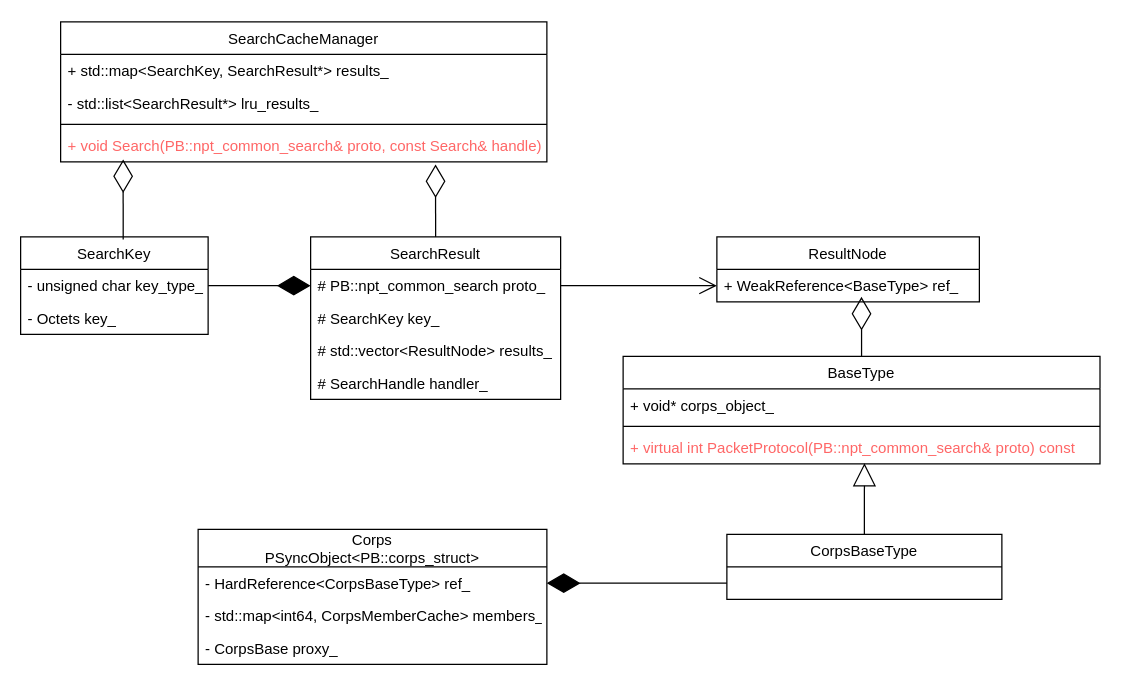
Before: page "第 3 页" (3 of 4) of Untitled Diagram.drawio in hsoul/lqua, a draw.io diagram. Source tidied: cells renumbered, new cells numbered last; positions are measured from the earlier drawing's top-left corner, leaving out a move shared by most shapes. Both pictures are drawn from the tidied source at 125%, with x=0, y=0 at pixel (20, 21).
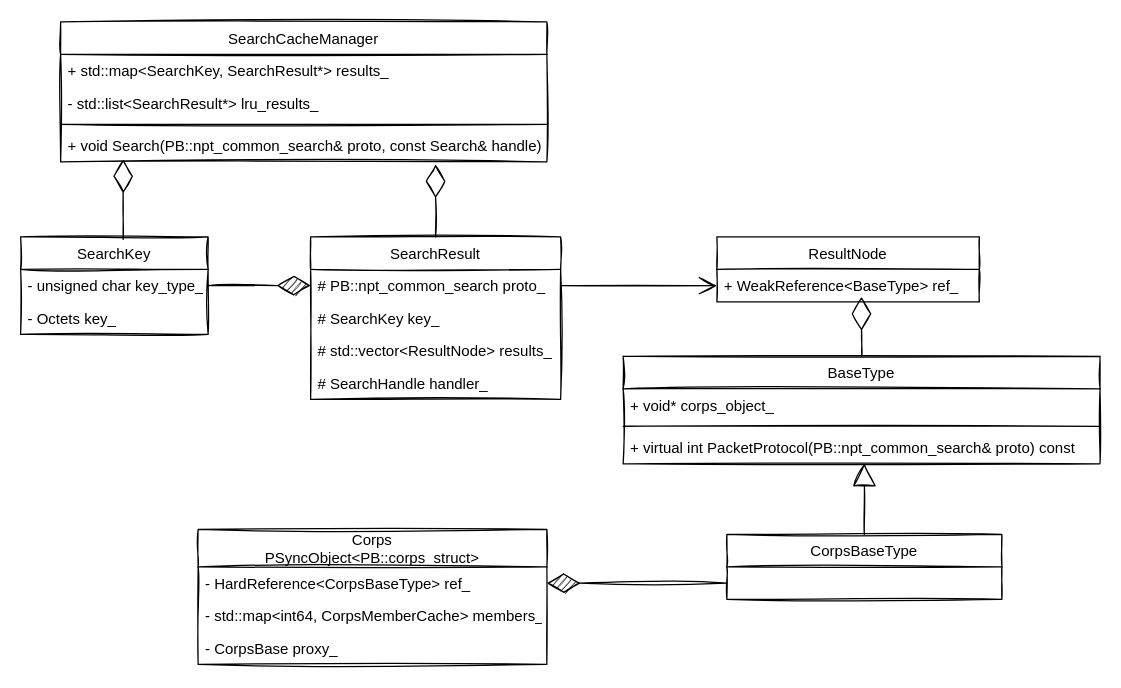
The same diagram, later.

The edit, as a diff of the source:
```diff
@@
-    <mxCell id="2" value="Corps&#10;PSyncObject&lt;PB::corps_struct&gt;" style="swimlane;fontStyle=0;horizontal=1;startSize=30;fillColor=none;shadow=0;fontFamily=Helvetica;fontSize=12;align=center;" parent="1" vertex="1">
+    <mxCell id="2" value="Corps&#10;PSyncObject&lt;PB::corps_struct&gt;" style="swimlane;fontStyle=0;horizontal=1;startSize=30;fillColor=none;shadow=0;fontFamily=Helvetica;fontSize=12;align=center;sketch=1;" parent="1" vertex="1">
       <mxGeometry x="142" y="406" width="279" height="108" as="geometry" />
     </mxCell>
-    <mxCell id="3" value="- HardReference&lt;CorpsBaseType&gt; ref_" style="text;strokeColor=none;fillColor=none;align=left;verticalAlign=top;spacingLeft=4;spacingRight=4;overflow=hidden;points=[[0,0.5],[1,0.5]];portConstraint=eastwest;fontColor=#000000;" parent="2" vertex="1">
+    <mxCell id="3" value="- HardReference&lt;CorpsBaseType&gt; ref_" style="text;strokeColor=none;fillColor=none;align=left;verticalAlign=top;spacingLeft=4;spacingRight=4;overflow=hidden;points=[[0,0.5],[1,0.5]];portConstraint=eastwest;sketch=1;" parent="2" vertex="1">
       <mxGeometry y="30" width="279" height="26" as="geometry" />
     </mxCell>
-    <mxCell id="4" value="- std::map&lt;int64, CorpsMemberCache&gt; members_" style="text;strokeColor=none;fillColor=none;align=left;verticalAlign=top;spacingLeft=4;spacingRight=4;overflow=hidden;fontColor=#000000;" parent="2" vertex="1">
+    <mxCell id="4" value="- std::map&lt;int64, CorpsMemberCache&gt; members_" style="text;strokeColor=none;fillColor=none;align=left;verticalAlign=top;spacingLeft=4;spacingRight=4;overflow=hidden;sketch=1;" parent="2" vertex="1">
       <mxGeometry y="56" width="279" height="26" as="geometry" />
     </mxCell>
-    <mxCell id="5" value="- CorpsBase proxy_" style="text;strokeColor=none;fillColor=none;align=left;verticalAlign=top;spacingLeft=4;spacingRight=4;overflow=hidden;fontColor=#000000;" parent="2" vertex="1">
+    <mxCell id="5" value="- CorpsBase proxy_" style="text;strokeColor=none;fillColor=none;align=left;verticalAlign=top;spacingLeft=4;spacingRight=4;overflow=hidden;sketch=1;" parent="2" vertex="1">
       <mxGeometry y="82" width="279" height="26" as="geometry" />
     </mxCell>
-    <mxCell id="6" value="SearchKey" style="swimlane;fontStyle=0;horizontal=1;startSize=26;fillColor=none;shadow=0;fontFamily=Helvetica;fontSize=12;align=center;" parent="1" vertex="1">
+    <mxCell id="6" value="SearchKey" style="swimlane;fontStyle=0;horizontal=1;startSize=26;fillColor=none;shadow=0;fontFamily=Helvetica;fontSize=12;align=center;sketch=1;" parent="1" vertex="1">
       <mxGeometry y="172" width="150" height="78" as="geometry" />
     </mxCell>
-    <mxCell id="7" value="- unsigned char key_type_" style="text;strokeColor=none;fillColor=none;align=left;verticalAlign=top;spacingLeft=4;spacingRight=4;overflow=hidden;points=[[0,0.5],[1,0.5]];portConstraint=eastwest;fontColor=#000000;" parent="6" vertex="1">
+    <mxCell id="7" value="- unsigned char key_type_" style="text;strokeColor=none;fillColor=none;align=left;verticalAlign=top;spacingLeft=4;spacingRight=4;overflow=hidden;points=[[0,0.5],[1,0.5]];portConstraint=eastwest;sketch=1;" parent="6" vertex="1">
       <mxGeometry y="26" width="150" height="26" as="geometry" />
     </mxCell>
-    <mxCell id="8" value="- Octets key_" style="text;strokeColor=none;fillColor=none;align=left;verticalAlign=top;spacingLeft=4;spacingRight=4;overflow=hidden;fontColor=#000000;" parent="6" vertex="1">
+    <mxCell id="8" value="- Octets key_" style="text;strokeColor=none;fillColor=none;align=left;verticalAlign=top;spacingLeft=4;spacingRight=4;overflow=hidden;sketch=1;" parent="6" vertex="1">
       <mxGeometry y="52" width="150" height="26" as="geometry" />
     </mxCell>
-    <mxCell id="9" value="BaseType" style="swimlane;fontStyle=0;horizontal=1;startSize=26;fillColor=none;shadow=0;fontFamily=Helvetica;fontSize=12;align=center;" parent="1" vertex="1">
+    <mxCell id="9" value="BaseType" style="swimlane;fontStyle=0;horizontal=1;startSize=26;fillColor=none;shadow=0;fontFamily=Helvetica;fontSize=12;align=center;sketch=1;" parent="1" vertex="1">
       <mxGeometry x="482" y="267.5" width="381.5" height="86" as="geometry" />
     </mxCell>
-    <mxCell id="10" value="+ void* corps_object_" style="text;strokeColor=none;fillColor=none;align=left;verticalAlign=top;spacingLeft=4;spacingRight=4;overflow=hidden;fontColor=#000000;" parent="9" vertex="1">
+    <mxCell id="10" value="+ void* corps_object_" style="text;strokeColor=none;fillColor=none;align=left;verticalAlign=top;spacingLeft=4;spacingRight=4;overflow=hidden;sketch=1;" parent="9" vertex="1">
       <mxGeometry y="26" width="381.5" height="26" as="geometry" />
     </mxCell>
-    <mxCell id="11" style="line;strokeWidth=1;fillColor=none;align=left;verticalAlign=middle;spacingTop=-1;spacingLeft=3;spacingRight=3;labelPosition=right;fontColor=#000000;" parent="9" vertex="1">
+    <mxCell id="11" style="line;strokeWidth=1;fillColor=none;align=left;verticalAlign=middle;spacingTop=-1;spacingLeft=3;spacingRight=3;labelPosition=right;sketch=1;" parent="9" vertex="1">
       <mxGeometry y="52" width="381.5" height="8" as="geometry" />
     </mxCell>
-    <mxCell id="12" value="+ virtual int PacketProtocol(PB::npt_common_search&amp; proto) const" style="text;strokeColor=none;fillColor=none;align=left;verticalAlign=top;spacingLeft=4;spacingRight=4;overflow=hidden;points=[[0,0.5],[1,0.5]];portConstraint=eastwest;fontColor=#FF6666;" parent="9" vertex="1">
+    <mxCell id="12" value="+ virtual int PacketProtocol(PB::npt_common_search&amp; proto) const" style="text;strokeColor=none;fillColor=none;align=left;verticalAlign=top;spacingLeft=4;spacingRight=4;overflow=hidden;points=[[0,0.5],[1,0.5]];portConstraint=eastwest;sketch=1;" parent="9" vertex="1">
       <mxGeometry y="60" width="381.5" height="26" as="geometry" />
     </mxCell>
-    <mxCell id="13" value="CorpsBaseType" style="swimlane;fontStyle=0;horizontal=1;startSize=26;fillColor=none;shadow=0;fontFamily=Helvetica;fontSize=12;align=center;" parent="1" vertex="1">
+    <mxCell id="13" value="CorpsBaseType" style="swimlane;fontStyle=0;horizontal=1;startSize=26;fillColor=none;shadow=0;fontFamily=Helvetica;fontSize=12;align=center;sketch=1;" parent="1" vertex="1">
       <mxGeometry x="565" y="410" width="220" height="52" as="geometry" />
     </mxCell>
-    <mxCell id="14" value="ResultNode" style="swimlane;fontStyle=0;horizontal=1;startSize=26;fillColor=none;shadow=0;fontFamily=Helvetica;fontSize=12;align=center;" parent="1" vertex="1">
+    <mxCell id="14" value="ResultNode" style="swimlane;fontStyle=0;horizontal=1;startSize=26;fillColor=none;shadow=0;fontFamily=Helvetica;fontSize=12;align=center;sketch=1;" parent="1" vertex="1">
       <mxGeometry x="557" y="172" width="210" height="52" as="geometry" />
     </mxCell>
-    <mxCell id="15" value="+ WeakReference&lt;BaseType&gt; ref_" style="text;strokeColor=none;fillColor=none;align=left;verticalAlign=top;spacingLeft=4;spacingRight=4;overflow=hidden;points=[[0,0.5],[1,0.5]];portConstraint=eastwest;fontColor=#000000;" parent="14" vertex="1">
+    <mxCell id="15" value="+ WeakReference&lt;BaseType&gt; ref_" style="text;strokeColor=none;fillColor=none;align=left;verticalAlign=top;spacingLeft=4;spacingRight=4;overflow=hidden;points=[[0,0.5],[1,0.5]];portConstraint=eastwest;sketch=1;" parent="14" vertex="1">
       <mxGeometry y="26" width="210" height="26" as="geometry" />
     </mxCell>
-    <mxCell id="16" value="SearchCacheManager" style="swimlane;fontStyle=0;horizontal=1;startSize=26;fillColor=none;shadow=0;fontFamily=Helvetica;fontSize=12;align=center;" parent="1" vertex="1">
+    <mxCell id="16" value="SearchCacheManager" style="swimlane;fontStyle=0;horizontal=1;startSize=26;fillColor=none;shadow=0;fontFamily=Helvetica;fontSize=12;align=center;sketch=1;" parent="1" vertex="1">
       <mxGeometry x="32" width="389" height="112" as="geometry" />
     </mxCell>
-    <mxCell id="17" value="+ std::map&lt;SearchKey, SearchResult*&gt; results_" style="text;strokeColor=none;fillColor=none;align=left;verticalAlign=top;spacingLeft=4;spacingRight=4;overflow=hidden;" parent="16" vertex="1">
+    <mxCell id="17" value="+ std::map&lt;SearchKey, SearchResult*&gt; results_" style="text;strokeColor=none;fillColor=none;align=left;verticalAlign=top;spacingLeft=4;spacingRight=4;overflow=hidden;sketch=1;" parent="16" vertex="1">
       <mxGeometry y="26" width="389" height="26" as="geometry" />
     </mxCell>
-    <mxCell id="18" value="- std::list&lt;SearchResult*&gt; lru_results_" style="text;strokeColor=none;fillColor=none;align=left;verticalAlign=top;spacingLeft=4;spacingRight=4;overflow=hidden;" parent="16" vertex="1">
+    <mxCell id="18" value="- std::list&lt;SearchResult*&gt; lru_results_" style="text;strokeColor=none;fillColor=none;align=left;verticalAlign=top;spacingLeft=4;spacingRight=4;overflow=hidden;sketch=1;" parent="16" vertex="1">
       <mxGeometry y="52" width="389" height="26" as="geometry" />
     </mxCell>
-    <mxCell id="19" style="line;strokeWidth=1;fillColor=none;align=left;verticalAlign=middle;spacingTop=-1;spacingLeft=3;spacingRight=3;labelPosition=right;" parent="16" vertex="1">
+    <mxCell id="19" style="line;strokeWidth=1;fillColor=none;align=left;verticalAlign=middle;spacingTop=-1;spacingLeft=3;spacingRight=3;labelPosition=right;sketch=1;" parent="16" vertex="1">
       <mxGeometry y="78" width="389" height="8" as="geometry" />
     </mxCell>
-    <mxCell id="20" value="+ void Search(PB::npt_common_search&amp; proto, const Search&amp; handle)" style="text;strokeColor=none;fillColor=none;align=left;verticalAlign=top;spacingLeft=4;spacingRight=4;overflow=hidden;points=[[0,0.5],[1,0.5]];portConstraint=eastwest;fontColor=#FF6666;" parent="16" vertex="1">
+    <mxCell id="20" value="+ void Search(PB::npt_common_search&amp; proto, const Search&amp; handle)" style="text;strokeColor=none;fillColor=none;align=left;verticalAlign=top;spacingLeft=4;spacingRight=4;overflow=hidden;points=[[0,0.5],[1,0.5]];portConstraint=eastwest;sketch=1;" parent="16" vertex="1">
       <mxGeometry y="86" width="389" height="26" as="geometry" />
     </mxCell>
-    <mxCell id="21" value="SearchResult" style="swimlane;fontStyle=0;horizontal=1;startSize=26;fillColor=none;shadow=0;fontFamily=Helvetica;fontSize=12;align=center;" parent="1" vertex="1">
+    <mxCell id="21" value="SearchResult" style="swimlane;fontStyle=0;horizontal=1;startSize=26;fillColor=none;shadow=0;fontFamily=Helvetica;fontSize=12;align=center;sketch=1;" parent="1" vertex="1">
       <mxGeometry x="232" y="172" width="200" height="130" as="geometry" />
     </mxCell>
-    <mxCell id="22" value="# PB::npt_common_search proto_" style="text;strokeColor=none;fillColor=none;align=left;verticalAlign=top;spacingLeft=4;spacingRight=4;overflow=hidden;points=[[0,0.5],[1,0.5]];portConstraint=eastwest;fontColor=#000000;" parent="21" vertex="1">
+    <mxCell id="22" value="# PB::npt_common_search proto_" style="text;strokeColor=none;fillColor=none;align=left;verticalAlign=top;spacingLeft=4;spacingRight=4;overflow=hidden;points=[[0,0.5],[1,0.5]];portConstraint=eastwest;sketch=1;" parent="21" vertex="1">
       <mxGeometry y="26" width="200" height="26" as="geometry" />
     </mxCell>
-    <mxCell id="23" value="# SearchKey key_" style="text;strokeColor=none;fillColor=none;align=left;verticalAlign=top;spacingLeft=4;spacingRight=4;overflow=hidden;fontColor=#000000;" parent="21" vertex="1">
+    <mxCell id="23" value="# SearchKey key_" style="text;strokeColor=none;fillColor=none;align=left;verticalAlign=top;spacingLeft=4;spacingRight=4;overflow=hidden;sketch=1;" parent="21" vertex="1">
       <mxGeometry y="52" width="200" height="26" as="geometry" />
     </mxCell>
-    <mxCell id="24" value="# std::vector&lt;ResultNode&gt; results_" style="text;strokeColor=none;fillColor=none;align=left;verticalAlign=top;spacingLeft=4;spacingRight=4;overflow=hidden;fontColor=#000000;" parent="21" vertex="1">
+    <mxCell id="24" value="# std::vector&lt;ResultNode&gt; results_" style="text;strokeColor=none;fillColor=none;align=left;verticalAlign=top;spacingLeft=4;spacingRight=4;overflow=hidden;sketch=1;" parent="21" vertex="1">
       <mxGeometry y="78" width="200" height="26" as="geometry" />
     </mxCell>
-    <mxCell id="25" value="# SearchHandle handler_" style="text;strokeColor=none;fillColor=none;align=left;verticalAlign=top;spacingLeft=4;spacingRight=4;overflow=hidden;fontColor=#000000;" parent="21" vertex="1">
+    <mxCell id="25" value="# SearchHandle handler_" style="text;strokeColor=none;fillColor=none;align=left;verticalAlign=top;spacingLeft=4;spacingRight=4;overflow=hidden;sketch=1;" parent="21" vertex="1">
       <mxGeometry y="104" width="200" height="26" as="geometry" />
     </mxCell>
-    <mxCell id="26" style="endArrow=block;endSize=16;endFill=0;html=1;fontColor=#000000;exitX=0.5;exitY=0;exitDx=0;exitDy=0;entryX=0.506;entryY=0.981;entryDx=0;entryDy=0;entryPerimeter=0;" parent="1" edge="1" source="13" target="12">
+    <mxCell id="26" style="endArrow=block;endSize=16;endFill=0;html=1;exitX=0.5;exitY=0;exitDx=0;exitDy=0;entryX=0.506;entryY=0.981;entryDx=0;entryDy=0;entryPerimeter=0;sketch=1;" parent="1" edge="1" source="13" target="12">
       <mxGeometry relative="1" as="geometry" />
     </mxCell>
-    <mxCell id="27" style="endArrow=diamondThin;endFill=1;endSize=24;html=1;fontColor=#000000;entryX=1;entryY=0.5;entryDx=0;entryDy=0;exitX=0;exitY=0.75;exitDx=0;exitDy=0;" parent="1" edge="1" source="13" target="3">
+    <mxCell id="27" style="endArrow=diamondThin;endFill=1;endSize=24;html=1;entryX=1;entryY=0.5;entryDx=0;entryDy=0;exitX=0;exitY=0.75;exitDx=0;exitDy=0;sketch=1;" parent="1" edge="1" source="13" target="3">
       <mxGeometry relative="1" as="geometry" />
     </mxCell>
-    <mxCell id="28" style="endArrow=diamondThin;endFill=0;endSize=24;html=1;fontColor=#000000;exitX=0.547;exitY=0.026;exitDx=0;exitDy=0;exitPerimeter=0;" parent="1" edge="1" source="6">
+    <mxCell id="28" style="endArrow=diamondThin;endFill=0;endSize=24;html=1;exitX=0.547;exitY=0.026;exitDx=0;exitDy=0;exitPerimeter=0;sketch=1;" parent="1" edge="1" source="6">
       <mxGeometry relative="1" as="geometry">
         <mxPoint x="82" y="110" as="targetPoint" />
       </mxGeometry>
     </mxCell>
-    <mxCell id="29" style="endArrow=diamondThin;endFill=0;endSize=24;html=1;fontColor=#000000;exitX=0.5;exitY=0;exitDx=0;exitDy=0;entryX=0.771;entryY=1.077;entryDx=0;entryDy=0;entryPerimeter=0;" parent="1" edge="1" source="21" target="20">
+    <mxCell id="29" style="endArrow=diamondThin;endFill=0;endSize=24;html=1;exitX=0.5;exitY=0;exitDx=0;exitDy=0;entryX=0.771;entryY=1.077;entryDx=0;entryDy=0;entryPerimeter=0;sketch=1;" parent="1" edge="1" source="21" target="20">
       <mxGeometry relative="1" as="geometry" />
     </mxCell>
-    <mxCell id="30" style="endArrow=diamondThin;endFill=1;endSize=24;html=1;fontColor=#000000;exitX=1;exitY=0.5;exitDx=0;exitDy=0;entryX=0;entryY=0.5;entryDx=0;entryDy=0;" parent="1" edge="1" source="7" target="22">
+    <mxCell id="30" style="endArrow=diamondThin;endFill=1;endSize=24;html=1;exitX=1;exitY=0.5;exitDx=0;exitDy=0;entryX=0;entryY=0.5;entryDx=0;entryDy=0;sketch=1;" parent="1" edge="1" source="7" target="22">
       <mxGeometry relative="1" as="geometry" />
     </mxCell>
-    <mxCell id="31" style="endArrow=diamondThin;endFill=0;endSize=24;html=1;fontColor=#000000;exitX=0.5;exitY=0;exitDx=0;exitDy=0;entryX=0.551;entryY=0.846;entryDx=0;entryDy=0;entryPerimeter=0;" parent="1" edge="1" source="9" target="15">
+    <mxCell id="31" style="endArrow=diamondThin;endFill=0;endSize=24;html=1;exitX=0.5;exitY=0;exitDx=0;exitDy=0;entryX=0.551;entryY=0.846;entryDx=0;entryDy=0;entryPerimeter=0;sketch=1;" parent="1" edge="1" source="9" target="15">
       <mxGeometry relative="1" as="geometry" />
     </mxCell>
-    <mxCell id="32" style="endArrow=open;endFill=1;endSize=12;html=1;fontColor=#000000;entryX=0;entryY=0.5;entryDx=0;entryDy=0;exitX=1;exitY=0.5;exitDx=0;exitDy=0;" parent="1" edge="1" source="22" target="15">
+    <mxCell id="32" style="endArrow=open;endFill=1;endSize=12;html=1;entryX=0;entryY=0.5;entryDx=0;entryDy=0;exitX=1;exitY=0.5;exitDx=0;exitDy=0;sketch=1;" parent="1" edge="1" source="22" target="15">
       <mxGeometry relative="1" as="geometry" />
     </mxCell>
```
